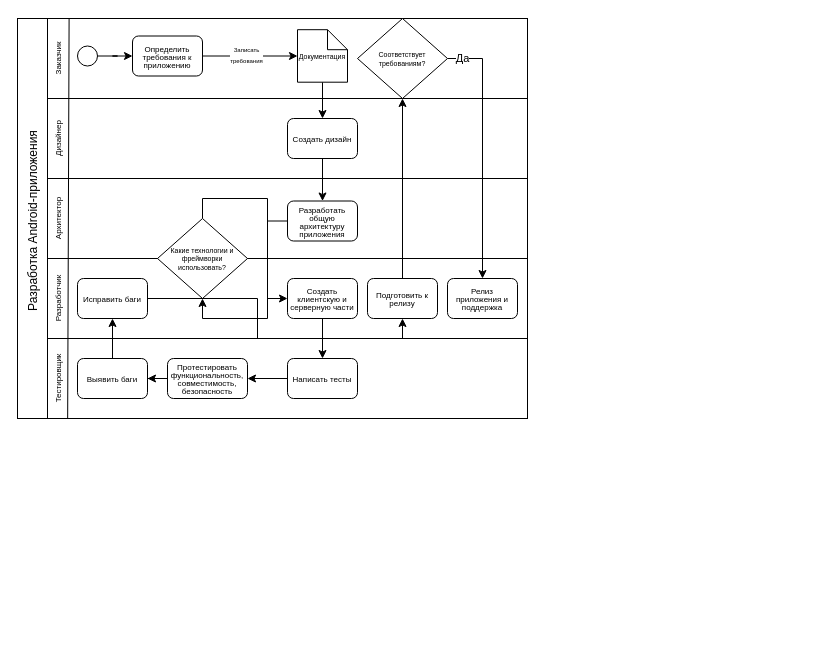
Earlier version of the draw.io diagram Sem2.drawio (pewish/LR2-SARO). Source tidied: cells renumbered, new cells numbered last; positions are measured from the earlier drawing's top-left corner, leaving out a move shared by most shapes. Both pictures are drawn from the tidied source at 100%, with x=0, y=0 at pixel (-68, 18).
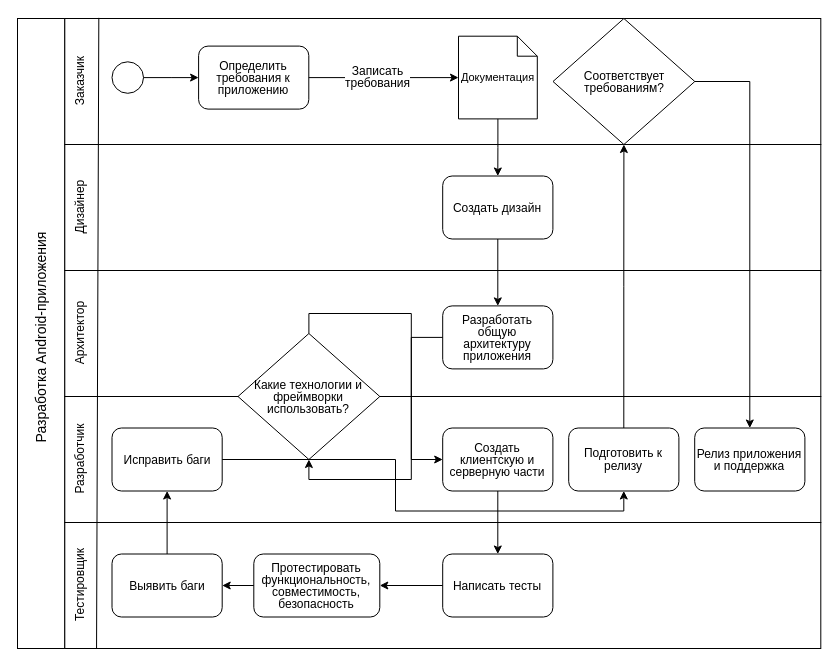
After the change.

Diff of the diagram source:
```diff
@@
+    <mxCell id="44" style="group;" parent="1" vertex="1">
+      <mxGeometry x="85" width="803.2" height="630" as="geometry" />
+    </mxCell>
-    <mxCell id="2" style="rounded=0;whiteSpace=wrap;html=1;" parent="1" vertex="1">
-      <mxGeometry x="85" width="30" height="400" as="geometry" />
+    <mxCell id="2" style="rounded=0;whiteSpace=wrap;html=1;" parent="44" vertex="1">
+      <mxGeometry width="47.2" height="630" as="geometry" />
     </mxCell>
-    <mxCell id="3" style="rounded=0;whiteSpace=wrap;html=1;" parent="1" vertex="1">
-      <mxGeometry x="115" width="480" height="80" as="geometry" />
+    <mxCell id="3" style="rounded=0;whiteSpace=wrap;html=1;" parent="44" vertex="1">
+      <mxGeometry x="47.3" width="756" height="126" as="geometry" />
     </mxCell>
-    <mxCell id="4" value="Разработка Android-приложения" style="text;html=1;strokeColor=none;fillColor=none;align=center;verticalAlign=middle;whiteSpace=wrap;rounded=0;rotation=270;" parent="1" vertex="1">
-      <mxGeometry y="187.5" width="200" height="30" as="geometry" />
+    <mxCell id="4" value="&lt;font style=&quot;font-size: 14px;&quot;&gt;Разработка Android-приложения&lt;/font&gt;" style="text;html=1;strokeColor=none;fillColor=none;align=center;verticalAlign=middle;whiteSpace=wrap;rounded=0;rotation=270;" parent="44" vertex="1">
+      <mxGeometry x="-133.9" y="295.3" width="315" height="47.2" as="geometry" />
     </mxCell>
-    <mxCell id="5" value="&lt;font style=&quot;font-size: 8px;&quot;&gt;Заказчик&lt;/font&gt;" style="text;html=1;strokeColor=none;fillColor=none;align=center;verticalAlign=middle;whiteSpace=wrap;rounded=0;rotation=270;" parent="1" vertex="1">
-      <mxGeometry x="95" y="27.5" width="60" height="25" as="geometry" />
+    <mxCell id="5" value="&lt;font style=&quot;font-size: 12px;&quot;&gt;Заказчик&lt;/font&gt;" style="text;html=1;strokeColor=none;fillColor=none;align=center;verticalAlign=middle;whiteSpace=wrap;rounded=0;rotation=270;" parent="44" vertex="1">
+      <mxGeometry x="15.8" y="43.3" width="94.5" height="39.4" as="geometry" />
     </mxCell>
-    <mxCell id="6" style="rounded=0;whiteSpace=wrap;html=1;" parent="1" vertex="1">
-      <mxGeometry x="115" y="80" width="480" height="80" as="geometry" />
+    <mxCell id="6" style="rounded=0;whiteSpace=wrap;html=1;" parent="44" vertex="1">
+      <mxGeometry x="47.3" y="126" width="756" height="126" as="geometry" />
     </mxCell>
-    <mxCell id="7" style="rounded=0;whiteSpace=wrap;html=1;" parent="1" vertex="1">
-      <mxGeometry x="115" y="160" width="480" height="80" as="geometry" />
+    <mxCell id="7" style="rounded=0;whiteSpace=wrap;html=1;" parent="44" vertex="1">
+      <mxGeometry x="47.3" y="252" width="756" height="126" as="geometry" />
     </mxCell>
-    <mxCell id="8" style="rounded=0;whiteSpace=wrap;html=1;" parent="1" vertex="1">
-      <mxGeometry x="115" y="240" width="480" height="80" as="geometry" />
+    <mxCell id="8" style="rounded=0;whiteSpace=wrap;html=1;" parent="44" vertex="1">
+      <mxGeometry x="47.3" y="378" width="756" height="126" as="geometry" />
     </mxCell>
-    <mxCell id="9" value="&lt;font style=&quot;font-size: 8px;&quot;&gt;Дизайнер&lt;/font&gt;" style="text;html=1;strokeColor=none;fillColor=none;align=center;verticalAlign=middle;whiteSpace=wrap;rounded=0;rotation=270;" parent="1" vertex="1">
-      <mxGeometry x="95" y="107.5" width="60" height="25" as="geometry" />
+    <mxCell id="9" value="&lt;font style=&quot;font-size: 12px;&quot;&gt;Дизайнер&lt;/font&gt;" style="text;html=1;strokeColor=none;fillColor=none;align=center;verticalAlign=middle;whiteSpace=wrap;rounded=0;rotation=270;" parent="44" vertex="1">
+      <mxGeometry x="15.8" y="169.3" width="94.5" height="39.4" as="geometry" />
     </mxCell>
-    <mxCell id="10" value="&lt;font style=&quot;font-size: 8px;&quot;&gt;Архитектор&lt;/font&gt;" style="text;html=1;strokeColor=none;fillColor=none;align=center;verticalAlign=middle;whiteSpace=wrap;rounded=0;rotation=270;" parent="1" vertex="1">
-      <mxGeometry x="95" y="187.5" width="60" height="25" as="geometry" />
+    <mxCell id="10" value="&lt;font style=&quot;font-size: 12px;&quot;&gt;Архитектор&lt;/font&gt;" style="text;html=1;strokeColor=none;fillColor=none;align=center;verticalAlign=middle;whiteSpace=wrap;rounded=0;rotation=270;" parent="44" vertex="1">
+      <mxGeometry x="15.8" y="295.3" width="94.5" height="39.4" as="geometry" />
     </mxCell>
-    <mxCell id="11" value="&lt;font style=&quot;font-size: 8px;&quot;&gt;Разработчик&lt;/font&gt;" style="text;html=1;strokeColor=none;fillColor=none;align=center;verticalAlign=middle;whiteSpace=wrap;rounded=0;rotation=270;" parent="1" vertex="1">
-      <mxGeometry x="95" y="267.5" width="60" height="25" as="geometry" />
+    <mxCell id="11" value="&lt;font style=&quot;font-size: 12px;&quot;&gt;Разработчик&lt;/font&gt;" style="text;html=1;strokeColor=none;fillColor=none;align=center;verticalAlign=middle;whiteSpace=wrap;rounded=0;rotation=270;" parent="44" vertex="1">
+      <mxGeometry x="15.8" y="421.3" width="94.5" height="39.4" as="geometry" />
     </mxCell>
-    <mxCell id="12" style="rounded=0;whiteSpace=wrap;html=1;" parent="1" vertex="1">
-      <mxGeometry x="115" y="320" width="480" height="80" as="geometry" />
+    <mxCell id="12" style="rounded=0;whiteSpace=wrap;html=1;" parent="44" vertex="1">
+      <mxGeometry x="47.3" y="504" width="756" height="126" as="geometry" />
     </mxCell>
-    <mxCell id="13" value="&lt;font style=&quot;font-size: 8px;&quot;&gt;Тестировщик&lt;/font&gt;" style="text;html=1;strokeColor=none;fillColor=none;align=center;verticalAlign=middle;whiteSpace=wrap;rounded=0;rotation=270;" parent="1" vertex="1">
-      <mxGeometry x="95" y="347.5" width="60" height="25" as="geometry" />
+    <mxCell id="13" value="&lt;font style=&quot;font-size: 12px;&quot;&gt;Тестировщик&lt;/font&gt;" style="text;html=1;strokeColor=none;fillColor=none;align=center;verticalAlign=middle;whiteSpace=wrap;rounded=0;rotation=270;" parent="44" vertex="1">
+      <mxGeometry x="15.8" y="547.3" width="94.5" height="39.4" as="geometry" />
     </mxCell>
-    <mxCell id="14" style="endArrow=none;html=1;rounded=0;exitX=0.042;exitY=1;exitDx=0;exitDy=0;exitPerimeter=0;entryX=0.045;entryY=-0.005;entryDx=0;entryDy=0;entryPerimeter=0;" parent="1" edge="1" source="12" target="3">
+    <mxCell id="14" style="endArrow=none;html=1;rounded=0;exitX=0.042;exitY=1;exitDx=0;exitDy=0;exitPerimeter=0;entryX=0.045;entryY=-0.005;entryDx=0;entryDy=0;entryPerimeter=0;" parent="44" edge="1" source="12" target="3">
       <mxGeometry relative="1" as="geometry" />
     </mxCell>
+    <mxCell id="16" style="ellipse;whiteSpace=wrap;html=1;" parent="44" vertex="1">
+      <mxGeometry x="94.5" y="43.3" width="31.5" height="31.5" as="geometry" />
+    </mxCell>
+    <mxCell id="19" value="&lt;p style=&quot;line-height: 100%;&quot;&gt;&lt;font style=&quot;font-size: 12px;&quot;&gt;Определить требования к приложению&lt;/font&gt;&lt;/p&gt;" style="rounded=1;whiteSpace=wrap;html=1;" parent="44" vertex="1">
+      <mxGeometry x="181.1" y="27.6" width="110.2" height="63" as="geometry" />
+    </mxCell>
-    <mxCell id="15" style="edgeStyle=orthogonalEdgeStyle;rounded=0;jettySize=auto;html=1;" parent="1" edge="1" source="16" target="19">
+    <mxCell id="15" style="edgeStyle=orthogonalEdgeStyle;rounded=0;jettySize=auto;html=1;" parent="44" edge="1" source="16" target="19">
       <mxGeometry relative="1" as="geometry" />
     </mxCell>
-    <mxCell id="16" style="ellipse;whiteSpace=wrap;html=1;" parent="1" vertex="1">
-      <mxGeometry x="145" y="27.5" width="20" height="20" as="geometry" />
-    </mxCell>
+    <mxCell id="21" value="&lt;p style=&quot;line-height: 100%; font-size: 11px;&quot;&gt;&lt;font style=&quot;font-size: 11px;&quot;&gt;Документация&lt;/font&gt;&lt;/p&gt;" style="shape=note;size=20;whiteSpace=wrap;html=1;" parent="44" vertex="1">
+      <mxGeometry x="441" y="17.7" width="78.8" height="82.7" as="geometry" />
+    </mxCell>
-    <mxCell id="17" style="edgeStyle=orthogonalEdgeStyle;rounded=0;jettySize=auto;html=1;" parent="1" edge="1" source="19" target="21">
+    <mxCell id="17" style="edgeStyle=orthogonalEdgeStyle;rounded=0;jettySize=auto;html=1;" parent="44" edge="1" source="19" target="21">
       <mxGeometry relative="1" as="geometry" />
     </mxCell>
-    <mxCell id="18" value="&lt;p style=&quot;line-height: 80%;&quot;&gt;&lt;font style=&quot;font-size: 6px;&quot;&gt;Записать&lt;br&gt;требования&lt;/font&gt;&lt;/p&gt;" style="edgeLabel;html=1;align=center;verticalAlign=middle;" parent="17" vertex="1">
+    <mxCell id="18" value="&lt;p style=&quot;line-height: 100%; font-size: 12px;&quot;&gt;&lt;font style=&quot;font-size: 12px;&quot;&gt;Записать&lt;br&gt;требования&lt;/font&gt;&lt;/p&gt;" style="edgeLabel;html=1;align=center;verticalAlign=middle;" parent="17" vertex="1">
       <mxGeometry x="-0.09" y="2" relative="1" as="geometry" />
     </mxCell>
-    <mxCell id="19" value="&lt;p style=&quot;line-height: 50%;&quot;&gt;&lt;font style=&quot;font-size: 8px;&quot;&gt;Определить требования к приложению&lt;/font&gt;&lt;/p&gt;" style="rounded=1;whiteSpace=wrap;html=1;" parent="1" vertex="1">
-      <mxGeometry x="200" y="17.5" width="70" height="40" as="geometry" />
-    </mxCell>
+    <mxCell id="23" value="&lt;p style=&quot;line-height: 100%;&quot;&gt;&lt;font style=&quot;font-size: 12px;&quot;&gt;Создать дизайн&lt;/font&gt;&lt;/p&gt;" style="rounded=1;whiteSpace=wrap;html=1;" parent="44" vertex="1">
+      <mxGeometry x="425.2" y="157.5" width="110.2" height="63" as="geometry" />
+    </mxCell>
-    <mxCell id="20" style="edgeStyle=orthogonalEdgeStyle;rounded=0;jettySize=auto;html=1;" parent="1" edge="1" source="21" target="23">
+    <mxCell id="20" style="edgeStyle=orthogonalEdgeStyle;rounded=0;jettySize=auto;html=1;" parent="44" edge="1" source="21" target="23">
       <mxGeometry relative="1" as="geometry" />
     </mxCell>
-    <mxCell id="21" value="&lt;font style=&quot;font-size: 7px;&quot;&gt;Документация&lt;/font&gt;" style="shape=note;size=20;whiteSpace=wrap;html=1;" parent="1" vertex="1">
-      <mxGeometry x="365" y="11.2" width="50" height="52.5" as="geometry" />
-    </mxCell>
+    <mxCell id="25" value="&lt;p style=&quot;line-height: 100%;&quot;&gt;&lt;font style=&quot;font-size: 12px;&quot;&gt;Разработать общую архитектуру приложения&lt;/font&gt;&lt;/p&gt;" style="rounded=1;whiteSpace=wrap;html=1;" parent="44" vertex="1">
+      <mxGeometry x="425.2" y="287.4" width="110.2" height="63" as="geometry" />
+    </mxCell>
-    <mxCell id="22" style="edgeStyle=orthogonalEdgeStyle;rounded=0;jettySize=auto;html=1;" parent="1" edge="1" source="23" target="25">
+    <mxCell id="22" style="edgeStyle=orthogonalEdgeStyle;rounded=0;jettySize=auto;html=1;" parent="44" edge="1" source="23" target="25">
       <mxGeometry relative="1" as="geometry" />
     </mxCell>
-    <mxCell id="23" value="&lt;p style=&quot;line-height: 50%;&quot;&gt;&lt;font style=&quot;font-size: 8px;&quot;&gt;Создать дизайн&lt;/font&gt;&lt;/p&gt;" style="rounded=1;whiteSpace=wrap;html=1;" parent="1" vertex="1">
-      <mxGeometry x="355" y="100" width="70" height="40" as="geometry" />
-    </mxCell>
+    <mxCell id="27" value="&lt;p style=&quot;line-height: 100%;&quot;&gt;&lt;font style=&quot;font-size: 12px;&quot;&gt;Какие технологии и фреймворки использовать?&lt;/font&gt;&lt;/p&gt;" style="rhombus;whiteSpace=wrap;html=1;" parent="44" vertex="1">
+      <mxGeometry x="220.5" y="315" width="141.8" height="126" as="geometry" />
+    </mxCell>
-    <mxCell id="24" style="edgeStyle=orthogonalEdgeStyle;rounded=0;jettySize=auto;html=1;exitX=0;exitY=0.5;exitDx=0;exitDy=0;entryX=0.5;entryY=1;entryDx=0;entryDy=0;" parent="1" edge="1" source="25" target="27">
+    <mxCell id="24" style="edgeStyle=orthogonalEdgeStyle;rounded=0;jettySize=auto;html=1;exitX=0;exitY=0.5;exitDx=0;exitDy=0;entryX=0.5;entryY=1;entryDx=0;entryDy=0;" parent="44" edge="1" source="25" target="27">
       <mxGeometry relative="1" as="geometry" />
     </mxCell>
-    <mxCell id="25" value="&lt;p style=&quot;line-height: 50%;&quot;&gt;&lt;font style=&quot;font-size: 8px;&quot;&gt;Разработать общую архитектуру приложения&lt;/font&gt;&lt;/p&gt;" style="rounded=1;whiteSpace=wrap;html=1;" parent="1" vertex="1">
-      <mxGeometry x="355" y="182.5" width="70" height="40" as="geometry" />
-    </mxCell>
+    <mxCell id="29" value="&lt;p style=&quot;line-height: 100%;&quot;&gt;&lt;font style=&quot;font-size: 12px;&quot;&gt;Создать клиентскую и серверную части&lt;/font&gt;&lt;/p&gt;" style="rounded=1;whiteSpace=wrap;html=1;" parent="44" vertex="1">
+      <mxGeometry x="425.2" y="409.5" width="110.2" height="63" as="geometry" />
+    </mxCell>
-    <mxCell id="26" style="edgeStyle=orthogonalEdgeStyle;rounded=0;jettySize=auto;html=1;exitX=0.5;exitY=0;exitDx=0;exitDy=0;entryX=0;entryY=0.5;entryDx=0;entryDy=0;" parent="1" edge="1" source="27" target="29">
+    <mxCell id="26" style="edgeStyle=orthogonalEdgeStyle;rounded=0;jettySize=auto;html=1;exitX=0.5;exitY=0;exitDx=0;exitDy=0;entryX=0;entryY=0.5;entryDx=0;entryDy=0;" parent="44" edge="1" source="27" target="29">
       <mxGeometry relative="1" as="geometry" />
     </mxCell>
-    <mxCell id="27" value="&lt;p style=&quot;line-height: 60%;&quot;&gt;&lt;font style=&quot;font-size: 7px;&quot;&gt;Какие технологии и фреймворки использовать?&lt;/font&gt;&lt;/p&gt;" style="rhombus;whiteSpace=wrap;html=1;" parent="1" vertex="1">
-      <mxGeometry x="225" y="200" width="90" height="80" as="geometry" />
-    </mxCell>
+    <mxCell id="31" value="&lt;p style=&quot;line-height: 100%;&quot;&gt;&lt;font style=&quot;font-size: 12px;&quot;&gt;Написать тесты&lt;/font&gt;&lt;/p&gt;" style="rounded=1;whiteSpace=wrap;html=1;" parent="44" vertex="1">
+      <mxGeometry x="425.2" y="535.5" width="110.2" height="63" as="geometry" />
+    </mxCell>
-    <mxCell id="28" style="edgeStyle=orthogonalEdgeStyle;rounded=0;jettySize=auto;html=1;" parent="1" edge="1" source="29" target="31">
+    <mxCell id="28" style="edgeStyle=orthogonalEdgeStyle;rounded=0;jettySize=auto;html=1;" parent="44" edge="1" source="29" target="31">
       <mxGeometry relative="1" as="geometry" />
     </mxCell>
-    <mxCell id="29" value="&lt;p style=&quot;line-height: 50%;&quot;&gt;&lt;font style=&quot;font-size: 8px;&quot;&gt;Создать клиентскую и серверную части&lt;/font&gt;&lt;/p&gt;" style="rounded=1;whiteSpace=wrap;html=1;" parent="1" vertex="1">
-      <mxGeometry x="355" y="260" width="70" height="40" as="geometry" />
-    </mxCell>
+    <mxCell id="33" value="&lt;p style=&quot;line-height: 100%;&quot;&gt;&lt;font style=&quot;font-size: 12px;&quot;&gt;Протестировать функциональность, совместимость, безопасность&lt;/font&gt;&lt;/p&gt;" style="rounded=1;whiteSpace=wrap;html=1;" parent="44" vertex="1">
+      <mxGeometry x="236.3" y="535.5" width="126" height="63" as="geometry" />
+    </mxCell>
-    <mxCell id="30" style="edgeStyle=orthogonalEdgeStyle;rounded=0;jettySize=auto;html=1;" parent="1" edge="1" source="31" target="33">
+    <mxCell id="30" style="edgeStyle=orthogonalEdgeStyle;rounded=0;jettySize=auto;html=1;" parent="44" edge="1" source="31" target="33">
       <mxGeometry relative="1" as="geometry" />
     </mxCell>
-    <mxCell id="31" value="&lt;p style=&quot;line-height: 50%;&quot;&gt;&lt;font style=&quot;font-size: 8px;&quot;&gt;Написать тесты&lt;/font&gt;&lt;/p&gt;" style="rounded=1;whiteSpace=wrap;html=1;" parent="1" vertex="1">
-      <mxGeometry x="355" y="340" width="70" height="40" as="geometry" />
-    </mxCell>
+    <mxCell id="35" value="&lt;p style=&quot;line-height: 100%;&quot;&gt;&lt;font style=&quot;font-size: 12px;&quot;&gt;Выявить баги&lt;/font&gt;&lt;/p&gt;" style="rounded=1;whiteSpace=wrap;html=1;" parent="44" vertex="1">
+      <mxGeometry x="94.5" y="535.5" width="110.2" height="63" as="geometry" />
+    </mxCell>
-    <mxCell id="32" style="edgeStyle=orthogonalEdgeStyle;rounded=0;jettySize=auto;html=1;" parent="1" edge="1" source="33" target="35">
+    <mxCell id="32" style="edgeStyle=orthogonalEdgeStyle;rounded=0;jettySize=auto;html=1;" parent="44" edge="1" source="33" target="35">
       <mxGeometry relative="1" as="geometry" />
     </mxCell>
-    <mxCell id="33" value="&lt;p style=&quot;line-height: 50%;&quot;&gt;&lt;span style=&quot;font-size: 8px;&quot;&gt;Протестировать функциональность, совместимость, безопасность&lt;/span&gt;&lt;/p&gt;" style="rounded=1;whiteSpace=wrap;html=1;" parent="1" vertex="1">
-      <mxGeometry x="235" y="340" width="80" height="40" as="geometry" />
-    </mxCell>
+    <mxCell id="37" value="&lt;p style=&quot;line-height: 100%;&quot;&gt;&lt;font style=&quot;font-size: 12px;&quot;&gt;Исправить баги&lt;/font&gt;&lt;/p&gt;" style="rounded=1;whiteSpace=wrap;html=1;" parent="44" vertex="1">
+      <mxGeometry x="94.5" y="409.5" width="110.2" height="63" as="geometry" />
+    </mxCell>
-    <mxCell id="34" style="edgeStyle=orthogonalEdgeStyle;rounded=0;jettySize=auto;html=1;" parent="1" edge="1" source="35" target="37">
+    <mxCell id="34" style="edgeStyle=orthogonalEdgeStyle;rounded=0;jettySize=auto;html=1;" parent="44" edge="1" source="35" target="37">
       <mxGeometry relative="1" as="geometry" />
     </mxCell>
-    <mxCell id="35" value="&lt;p style=&quot;line-height: 50%;&quot;&gt;&lt;font style=&quot;font-size: 8px;&quot;&gt;Выявить баги&lt;/font&gt;&lt;/p&gt;" style="rounded=1;whiteSpace=wrap;html=1;" parent="1" vertex="1">
-      <mxGeometry x="145" y="340" width="70" height="40" as="geometry" />
-    </mxCell>
-    <mxCell id="36" style="edgeStyle=orthogonalEdgeStyle;rounded=0;jettySize=auto;html=1;exitX=1;exitY=0.5;exitDx=0;exitDy=0;entryX=0.5;entryY=1;entryDx=0;entryDy=0;" parent="1" edge="1" source="37" target="42">
-      <mxGeometry relative="1" as="geometry" />
-    </mxCell>
-    <mxCell id="37" value="&lt;p style=&quot;line-height: 50%;&quot;&gt;&lt;font style=&quot;font-size: 8px;&quot;&gt;Исправить баги&lt;/font&gt;&lt;/p&gt;" style="rounded=1;whiteSpace=wrap;html=1;" parent="1" vertex="1">
-      <mxGeometry x="145" y="260" width="70" height="40" as="geometry" />
-    </mxCell>
-    <mxCell id="38" style="edgeStyle=orthogonalEdgeStyle;rounded=0;jettySize=auto;html=1;exitX=1;exitY=0.5;exitDx=0;exitDy=0;entryX=0.5;entryY=0;entryDx=0;entryDy=0;" parent="1" edge="1" source="40" target="43">
-      <mxGeometry relative="1" as="geometry" />
-    </mxCell>
-    <mxCell id="39" value="Да" style="edgeLabel;html=1;align=center;verticalAlign=middle;" parent="38" vertex="1">
-      <mxGeometry x="-0.89" y="1" relative="1" as="geometry" />
-    </mxCell>
-    <mxCell id="40" value="&lt;p style=&quot;line-height: 60%;&quot;&gt;&lt;font style=&quot;font-size: 7px;&quot;&gt;Соответствует требованиям?&lt;/font&gt;&lt;/p&gt;" style="rhombus;whiteSpace=wrap;html=1;" parent="1" vertex="1">
-      <mxGeometry x="425" width="90" height="80" as="geometry" />
+    <mxCell id="40" value="&lt;p style=&quot;line-height: 100%;&quot;&gt;&lt;font style=&quot;font-size: 12px;&quot;&gt;Соответствует требованиям?&lt;/font&gt;&lt;/p&gt;" style="rhombus;whiteSpace=wrap;html=1;" parent="44" vertex="1">
+      <mxGeometry x="535.5" width="141.8" height="126" as="geometry" />
     </mxCell>
-    <mxCell id="41" style="edgeStyle=orthogonalEdgeStyle;rounded=0;jettySize=auto;html=1;entryX=0.5;entryY=1;entryDx=0;entryDy=0;" parent="1" edge="1" source="42" target="40">
+    <mxCell id="41" style="edgeStyle=orthogonalEdgeStyle;rounded=0;jettySize=auto;html=1;entryX=0.5;entryY=1;entryDx=0;entryDy=0;" parent="44" edge="1" source="42" target="40">
       <mxGeometry relative="1" as="geometry" />
     </mxCell>
-    <mxCell id="42" value="&lt;p style=&quot;line-height: 50%;&quot;&gt;&lt;span style=&quot;font-size: 8px;&quot;&gt;Подготовить к релизу&lt;/span&gt;&lt;/p&gt;" style="rounded=1;whiteSpace=wrap;html=1;" parent="1" vertex="1">
-      <mxGeometry x="435" y="260" width="70" height="40" as="geometry" />
+    <mxCell id="42" value="&lt;p style=&quot;line-height: 105%;&quot;&gt;&lt;font style=&quot;font-size: 12px;&quot;&gt;Подготовить к релизу&lt;/font&gt;&lt;/p&gt;" style="rounded=1;whiteSpace=wrap;html=1;" parent="44" vertex="1">
+      <mxGeometry x="551.2" y="409.5" width="110.2" height="63" as="geometry" />
     </mxCell>
+    <mxCell id="36" style="edgeStyle=orthogonalEdgeStyle;rounded=0;jettySize=auto;html=1;exitX=1;exitY=0.5;exitDx=0;exitDy=0;entryX=0.5;entryY=1;entryDx=0;entryDy=0;" parent="44" edge="1" source="37" target="42">
+      <mxGeometry relative="1" as="geometry" />
+    </mxCell>
-    <mxCell id="43" value="&lt;p style=&quot;line-height: 50%;&quot;&gt;&lt;span style=&quot;font-size: 8px;&quot;&gt;Релиз приложения и поддержка&lt;/span&gt;&lt;/p&gt;" style="rounded=1;whiteSpace=wrap;html=1;" parent="1" vertex="1">
-      <mxGeometry x="515" y="260" width="70" height="40" as="geometry" />
+    <mxCell id="43" value="&lt;p style=&quot;line-height: 100%;&quot;&gt;&lt;font style=&quot;font-size: 12px;&quot;&gt;Релиз приложения и поддержка&lt;/font&gt;&lt;/p&gt;" style="rounded=1;whiteSpace=wrap;html=1;" parent="44" vertex="1">
+      <mxGeometry x="677.2" y="409.5" width="110.2" height="63" as="geometry" />
     </mxCell>
+    <mxCell id="38" style="edgeStyle=orthogonalEdgeStyle;rounded=0;jettySize=auto;html=1;exitX=1;exitY=0.5;exitDx=0;exitDy=0;entryX=0.5;entryY=0;entryDx=0;entryDy=0;" parent="44" edge="1" source="40" target="43">
+      <mxGeometry relative="1" as="geometry" />
+    </mxCell>
```
